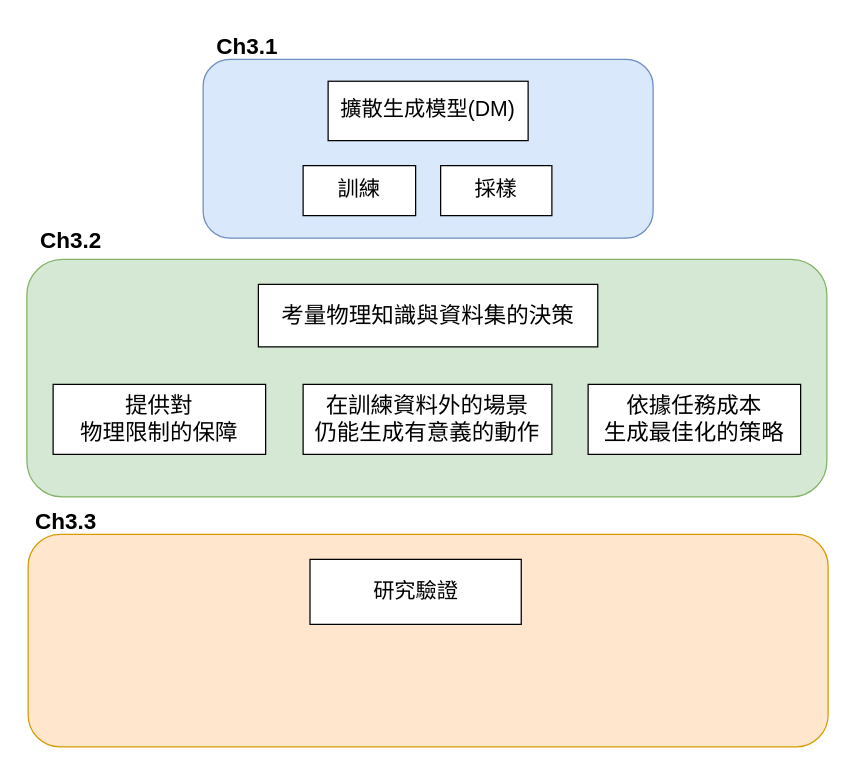
Before: Untitled Diagram.drawio in IanHuangYH/Paper_Submission_Chart, a draw.io diagram. Source tidied: cells renumbered, new cells numbered last; positions are measured from the earlier drawing's top-left corner, leaving out a move shared by most shapes. Both pictures are drawn from the tidied source at 125%, with x=0, y=0 at pixel (21, 21).
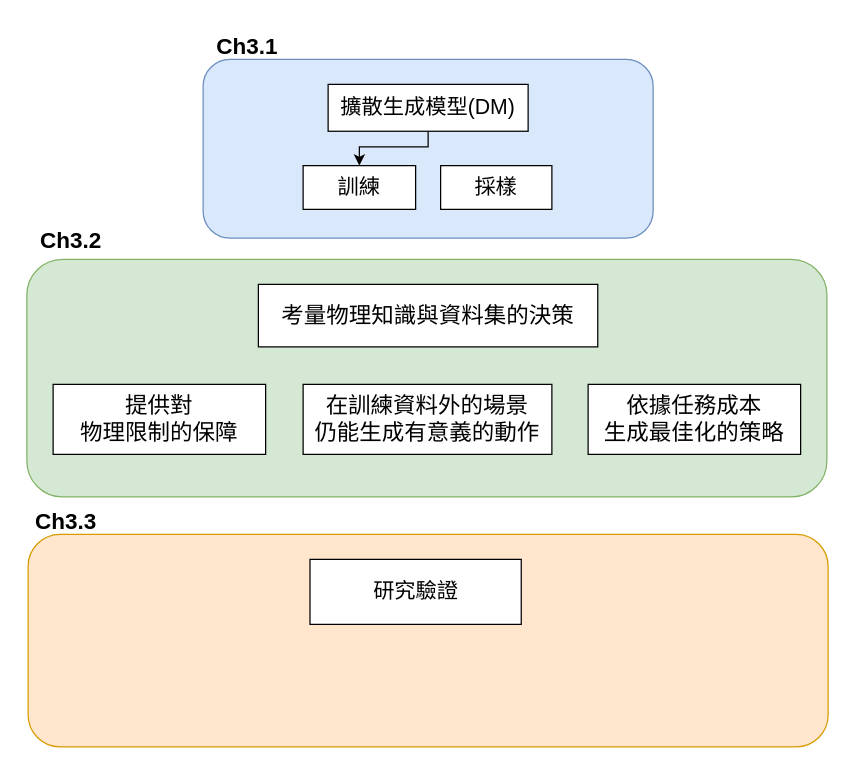
After the change.

What changed in the source:
```diff
@@
+    <mxCell id="18" style="edgeStyle=orthogonalEdgeStyle;rounded=0;jettySize=auto;html=1;exitX=0.5;exitY=1;exitDx=0;exitDy=0;entryX=0.5;entryY=0;entryDx=0;entryDy=0;" parent="1" edge="1" source="4" target="15">
+      <mxGeometry relative="1" as="geometry">
+        <Array as="points">
+          <mxPoint x="325" y="100" />
+          <mxPoint x="270" y="100" />
+        </Array>
+      </mxGeometry>
+    </mxCell>
     <mxCell id="4" value="&lt;span style=&quot;font-size: 17px;&quot;&gt;擴散生成模型(DM)&lt;/span&gt;" style="rounded=0;whiteSpace=wrap;html=1;" parent="1" vertex="1">
-      <mxGeometry x="245" y="47.5" width="160" height="47.5" as="geometry" />
+      <mxGeometry x="245" y="50" width="160" height="37.5" as="geometry" />
     </mxCell>
@@
     <mxCell id="15" value="&lt;span style=&quot;font-size: 17px;&quot;&gt;訓練&lt;/span&gt;" style="rounded=0;whiteSpace=wrap;html=1;" parent="1" vertex="1">
-      <mxGeometry x="225" y="115" width="90" height="40" as="geometry" />
+      <mxGeometry x="225" y="115" width="90" height="35" as="geometry" />
     </mxCell>
     <mxCell id="16" value="&lt;span style=&quot;font-size: 17px;&quot;&gt;採樣&lt;/span&gt;" style="rounded=0;whiteSpace=wrap;html=1;" parent="1" vertex="1">
-      <mxGeometry x="335" y="115" width="89" height="40" as="geometry" />
+      <mxGeometry x="335" y="115" width="89" height="35" as="geometry" />
     </mxCell>
```
